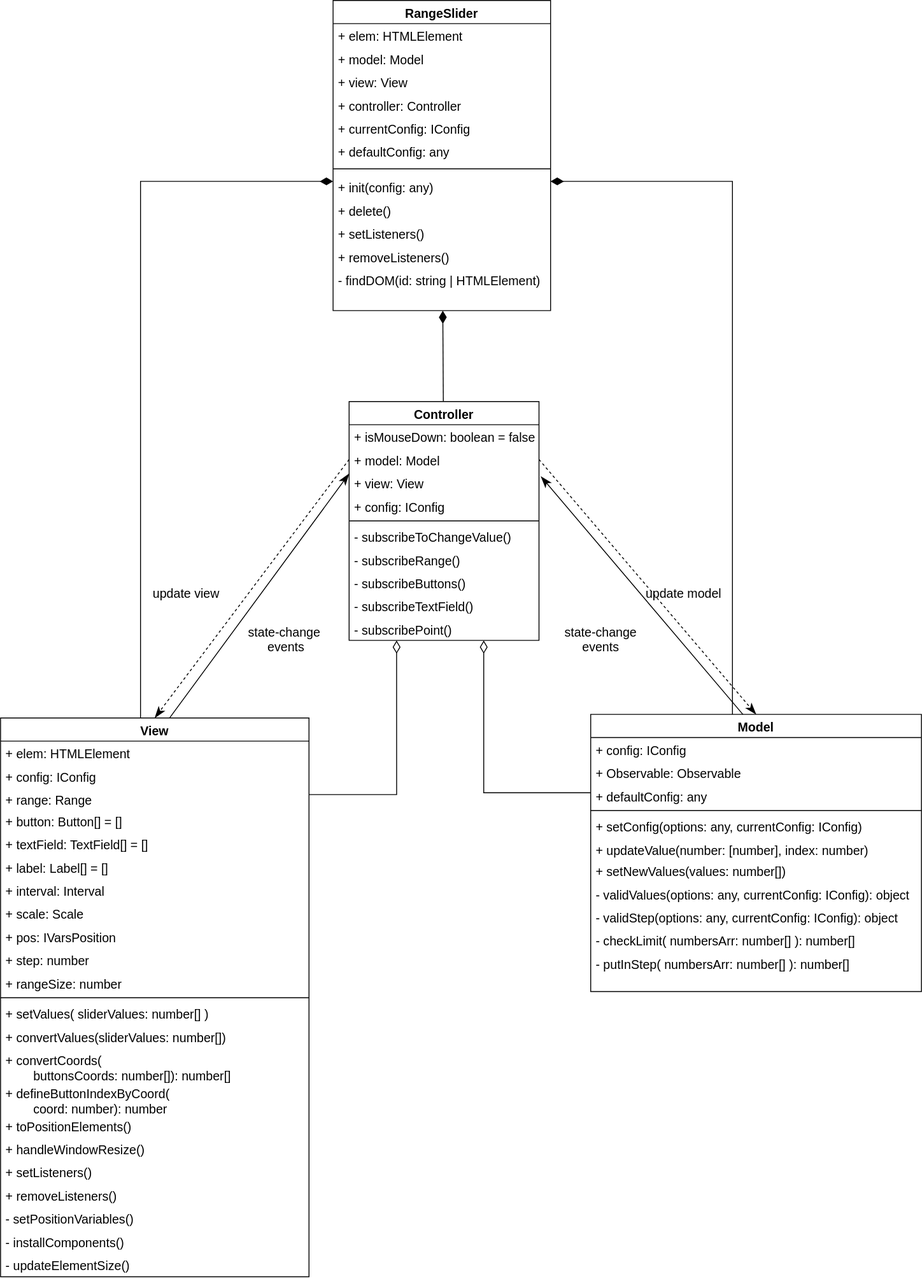
Above: uml/slider.svg in Evgeny3101/plugin (draw.io), before the change. Source tidied: cells renumbered, new cells last; positions are measured from the earlier drawing's top-left corner, leaving out a move shared by most shapes.
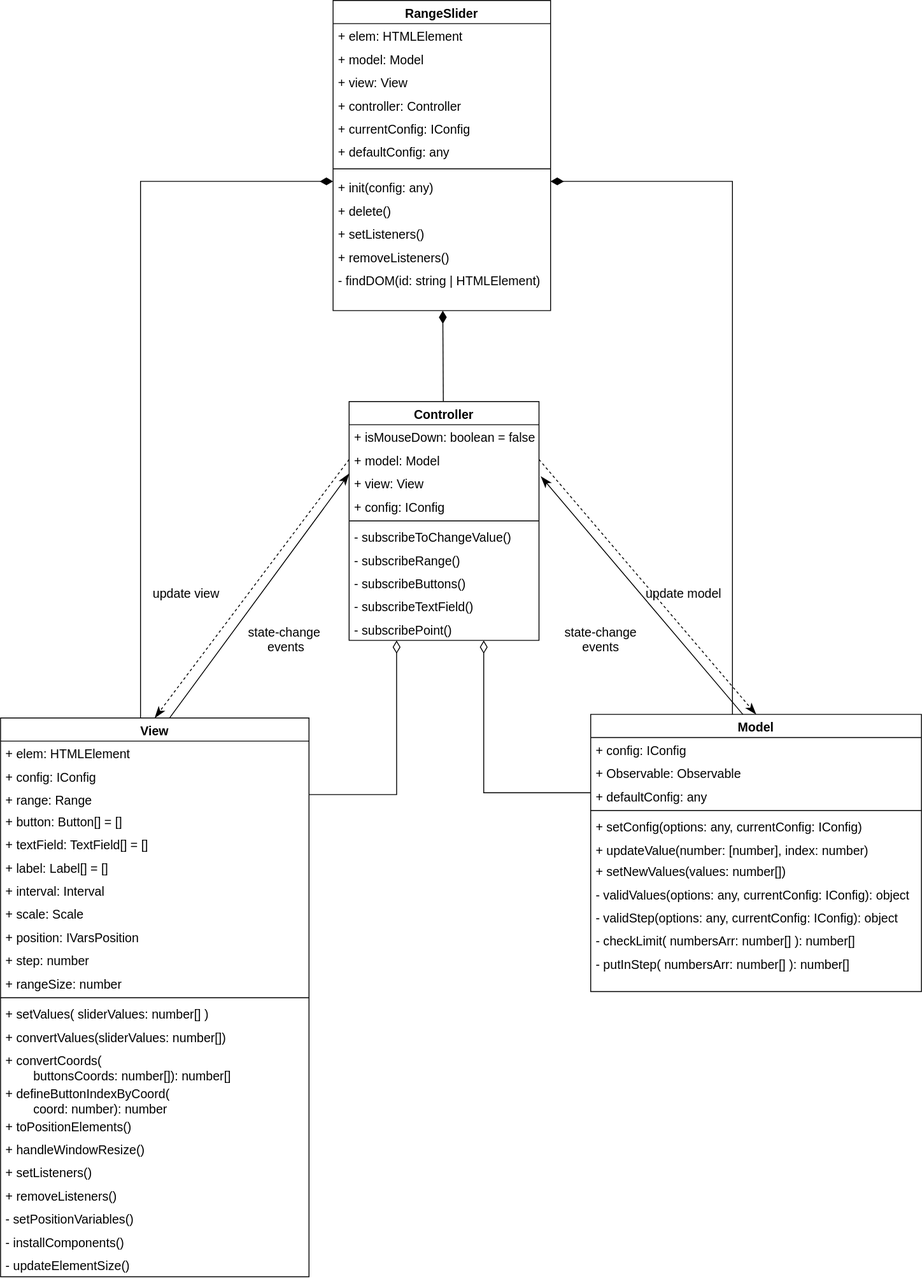
Later version of the same file.

What changed in the source:
```diff
@@ -109,7 +109,7 @@
     <mxCell id="34" value="+ scale: Scale " style="text;strokeColor=none;fillColor=none;align=left;verticalAlign=top;spacingLeft=4;spacingRight=4;overflow=hidden;rounded=1;glass=0;startSize=26;fontSize=14;" parent="26" vertex="1">
       <mxGeometry y="206" width="346" height="26" as="geometry" />
     </mxCell>
-    <mxCell id="35" value="+ pos: IVarsPosition" style="text;strokeColor=none;fillColor=none;align=left;verticalAlign=top;spacingLeft=4;spacingRight=4;overflow=hidden;rounded=1;glass=0;startSize=26;fontSize=14;" parent="26" vertex="1">
+    <mxCell id="35" value="+ position: IVarsPosition" style="text;strokeColor=none;fillColor=none;align=left;verticalAlign=top;spacingLeft=4;spacingRight=4;overflow=hidden;rounded=1;glass=0;startSize=26;fontSize=14;" parent="26" vertex="1">
       <mxGeometry y="232" width="346" height="26" as="geometry" />
     </mxCell>
     <mxCell id="36" value="+ step: number" style="text;strokeColor=none;fillColor=none;align=left;verticalAlign=top;spacingLeft=4;spacingRight=4;overflow=hidden;rounded=1;glass=0;startSize=26;fontSize=14;" parent="26" vertex="1">
```
